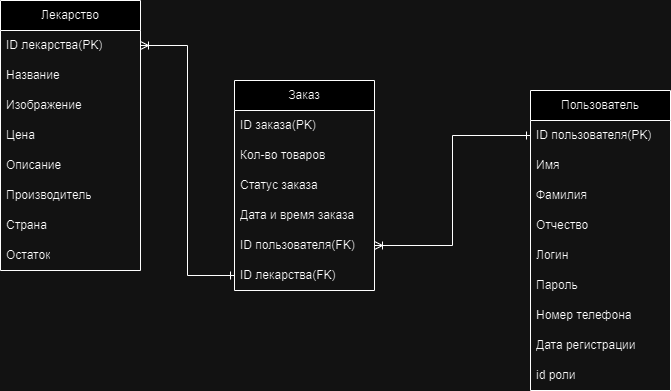
Earlier version of the draw.io export erd.png (Vasiileg/Project_2024_Egorova). Source tidied: cells renumbered, new cells last; positions are measured from the earlier drawing's top-left corner, leaving out a move shared by most shapes.
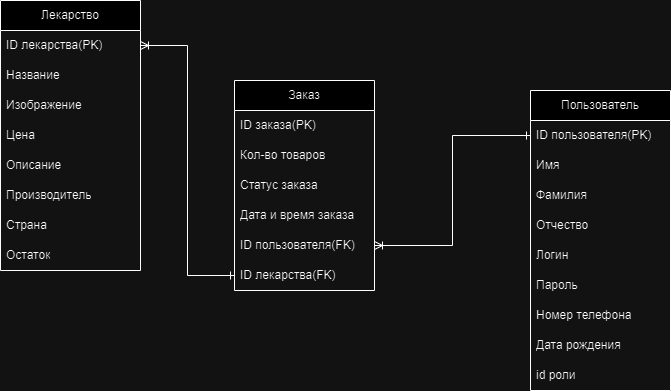
Above is the later version.

The edit, as a diff of the source:
```diff
@@ -74,7 +74,7 @@
     <mxCell id="25" value="Номер телефона" style="text;strokeColor=none;fillColor=none;align=left;verticalAlign=middle;spacingLeft=4;spacingRight=4;overflow=hidden;whiteSpace=wrap;html=1;" parent="18" vertex="1">
       <mxGeometry y="210" width="140" height="30" as="geometry" />
     </mxCell>
-    <mxCell id="26" value="Дата регистрации" style="text;strokeColor=none;fillColor=none;align=left;verticalAlign=middle;spacingLeft=4;spacingRight=4;overflow=hidden;whiteSpace=wrap;html=1;" parent="18" vertex="1">
+    <mxCell id="26" value="Дата рождения" style="text;strokeColor=none;fillColor=none;align=left;verticalAlign=middle;spacingLeft=4;spacingRight=4;overflow=hidden;whiteSpace=wrap;html=1;" parent="18" vertex="1">
       <mxGeometry y="240" width="140" height="30" as="geometry" />
     </mxCell>
     <mxCell id="27" value="id роли" style="text;strokeColor=none;fillColor=none;align=left;verticalAlign=middle;spacingLeft=4;spacingRight=4;overflow=hidden;whiteSpace=wrap;html=1;" parent="18" vertex="1">
```
